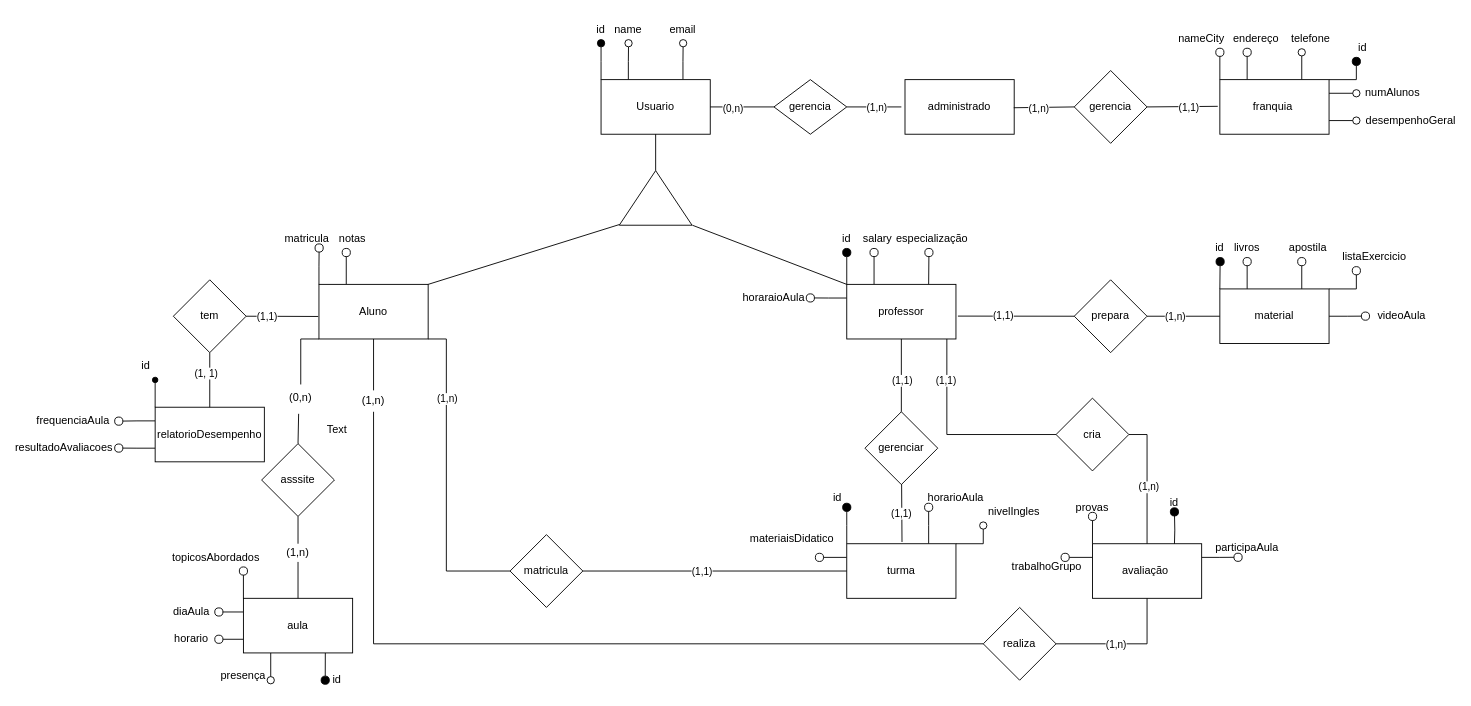
Before: Diagrama-Banco-de-dados/DER.drawio in Wal221/ProjetoWeb2, a draw.io diagram. Source tidied: cells renumbered, new cells numbered last; positions are measured from the earlier drawing's top-left corner, leaving out a move shared by most shapes. Both pictures are drawn from the tidied source at 91%, with x=0, y=0 at pixel (36, 15).
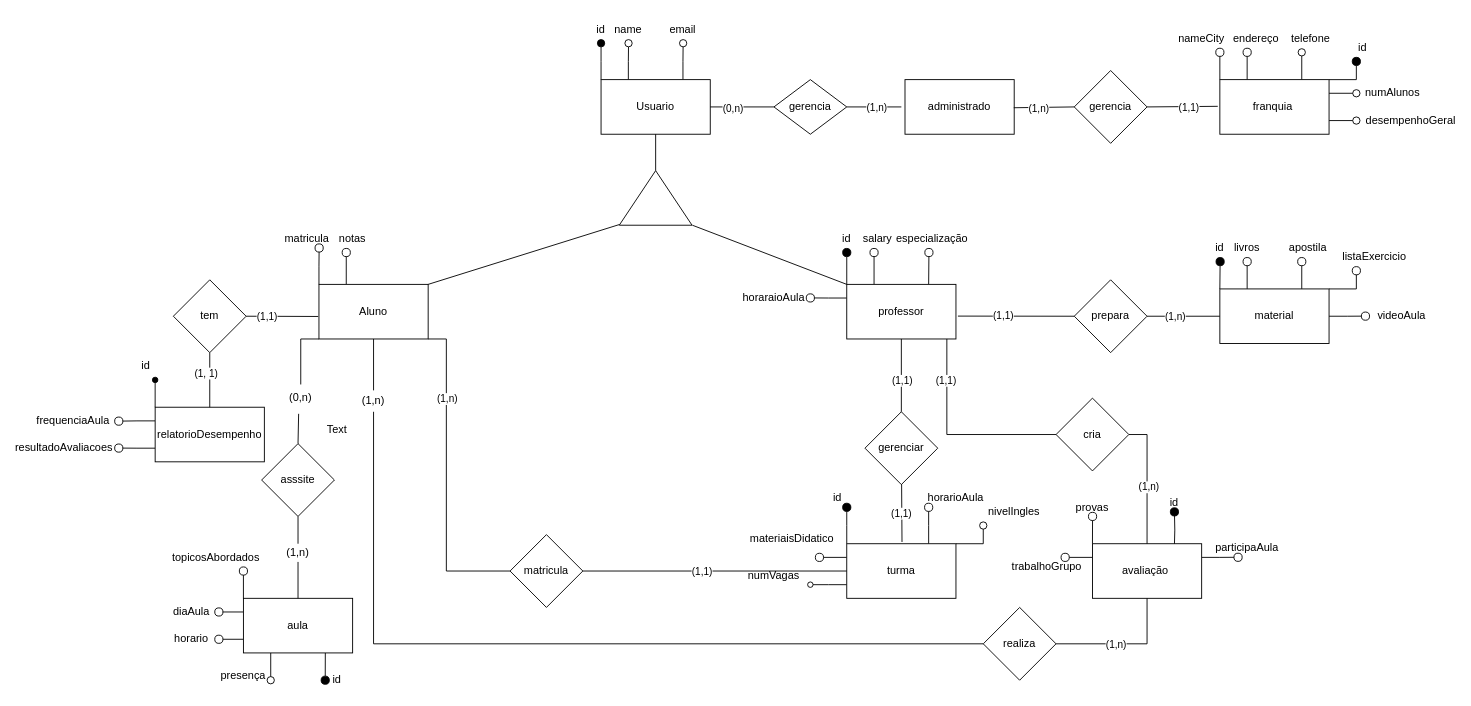
The same diagram, later.

The change refers to these unchanged cells:
```xml
<mxCell id="51" value="turma" style="rounded=0;whiteSpace=wrap;html=1;" parent="1" vertex="1">
  <mxGeometry x="890" y="580" width="120" height="60" as="geometry" />
</mxCell>
```

What changed in the source:
```diff
@@
+    <mxCell id="137" style="edgeStyle=orthogonalEdgeStyle;rounded=0;jettySize=auto;html=1;exitX=0;exitY=0.75;exitDx=0;exitDy=0;endArrow=oval;endFill=0;" parent="1" edge="1" source="51">
+      <mxGeometry relative="1" as="geometry">
+        <mxPoint x="850" y="625" as="targetPoint" />
+      </mxGeometry>
+    </mxCell>
@@
+    <mxCell id="138" value="numVagas" style="text;html=1;align=center;verticalAlign=middle;whiteSpace=wrap;rounded=0;" parent="1" vertex="1">
+      <mxGeometry x="780" y="600" width="60" height="30" as="geometry" />
+    </mxCell>
```
